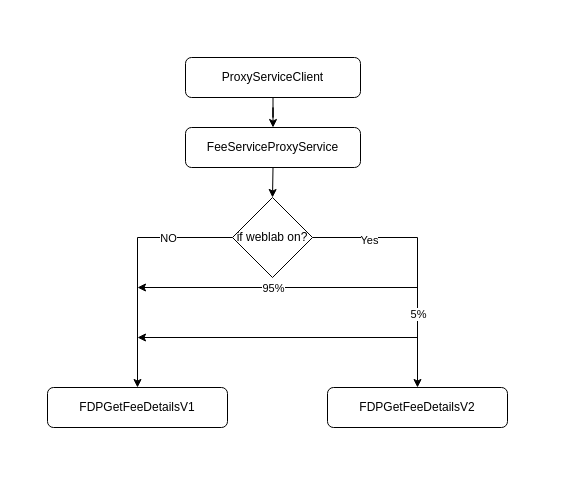
wang2gua/test keeps this draw.io diagram as FCSShadowTest.drawio. Above is the earlier version. Source tidied: cells renumbered, new cells numbered last; positions are measured from the earlier drawing's top-left corner, leaving out a move shared by most shapes. Both pictures are drawn from the tidied source at 100%, with x=0, y=0 at pixel (47, 57).
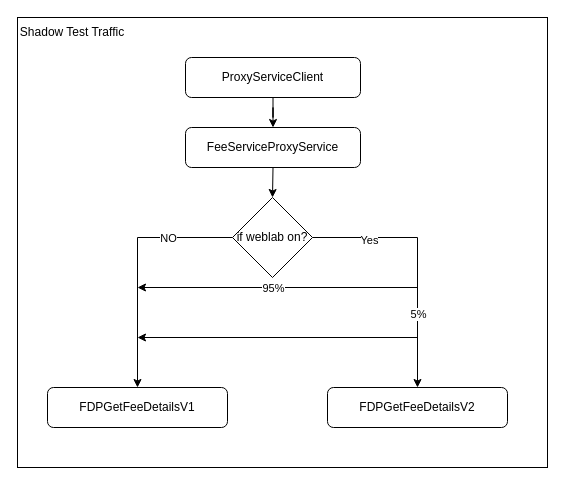
The same diagram, later.

Change to the diagram source:
```diff
@@
+    <mxCell id="17" style="rounded=0;whiteSpace=wrap;html=1;" parent="1" vertex="1">
+      <mxGeometry x="-30" y="-40" width="530" height="450" as="geometry" />
+    </mxCell>
@@
+    <mxCell id="18" value="Shadow Test Traffic" style="text;html=1;strokeColor=none;fillColor=none;align=center;verticalAlign=middle;whiteSpace=wrap;rounded=0;" parent="1" vertex="1">
+      <mxGeometry x="-30" y="-40" width="110" height="30" as="geometry" />
+    </mxCell>
```
